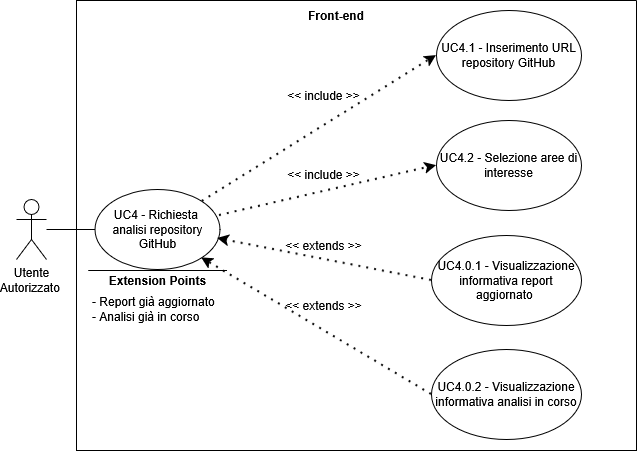
Above: assets/diagrams/UC4.png in SkarabGroup/DocumentazioneProgetto (draw.io), before the change. Source tidied: cells renumbered, new cells last; positions are measured from the earlier drawing's top-left corner, leaving out a move shared by most shapes.
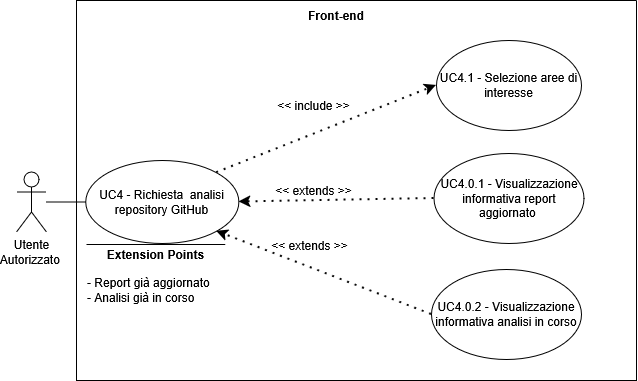
Above is the later version.

What changed in the source:
```diff
@@ -3,64 +3,55 @@
     <mxCell id="0" />
     <mxCell id="1" parent="0" />
     <mxCell id="2" value="&lt;div&gt;Utente&lt;/div&gt;&lt;div&gt;Autorizzato&amp;nbsp;&lt;/div&gt;" style="shape=umlActor;verticalLabelPosition=bottom;verticalAlign=top;html=1;outlineConnect=0;" parent="1" vertex="1">
-      <mxGeometry y="199" width="30" height="60" as="geometry" />
+      <mxGeometry y="171.5" width="30" height="60" as="geometry" />
     </mxCell>
     <mxCell id="3" style="swimlane;startSize=0;" parent="1" vertex="1">
-      <mxGeometry x="60" width="560" height="450" as="geometry" />
+      <mxGeometry x="60" width="560" height="380" as="geometry" />
     </mxCell>
     <mxCell id="4" value="UC4 - Richiesta&amp;nbsp; analisi repository GitHub" style="ellipse;whiteSpace=wrap;html=1;" parent="3" vertex="1">
-      <mxGeometry x="18.6" y="189" width="125" height="80" as="geometry" />
+      <mxGeometry x="9.4" y="160" width="153.1" height="83" as="geometry" />
     </mxCell>
-    <mxCell id="5" value="UC4.1 - Inserimento URL repository GitHub" style="ellipse;whiteSpace=wrap;html=1;" parent="3" vertex="1">
-      <mxGeometry x="360" y="10" width="145" height="90" as="geometry" />
-    </mxCell>
-    <mxCell id="6" style="endArrow=classic;dashed=1;html=1;dashPattern=1 3;strokeWidth=2;rounded=0;entryX=0;entryY=0.5;entryDx=0;entryDy=0;strokeColor=default;curved=0;endFill=1;endSize=6;" parent="3" edge="1" source="4" target="5">
-      <mxGeometry relative="1" as="geometry" />
-    </mxCell>
     <mxCell id="7" value="&amp;lt;&amp;lt; extends &amp;gt;&amp;gt;" style="text;html=1;whiteSpace=wrap;strokeColor=none;fillColor=none;align=center;verticalAlign=middle;rounded=0;" parent="3" vertex="1">
-      <mxGeometry x="200" y="230" width="95" height="30" as="geometry" />
+      <mxGeometry x="190" y="175" width="95" height="30" as="geometry" />
     </mxCell>
     <mxCell id="8" value="UC4.0.1 - Visualizzazione informativa report aggiornato&amp;nbsp;" style="ellipse;whiteSpace=wrap;html=1;" parent="3" vertex="1">
-      <mxGeometry x="355" y="235" width="150" height="90" as="geometry" />
+      <mxGeometry x="357.5" y="153" width="150" height="90" as="geometry" />
     </mxCell>
-    <mxCell id="9" style="endArrow=classic;dashed=1;html=1;dashPattern=1 3;strokeWidth=2;rounded=0;exitX=0;exitY=0.5;exitDx=0;exitDy=0;strokeColor=default;curved=0;endFill=1;endSize=6;entryX=0.979;entryY=0.613;entryDx=0;entryDy=0;entryPerimeter=0;" parent="3" edge="1" source="8" target="4">
+    <mxCell id="9" style="endArrow=classic;dashed=1;html=1;dashPattern=1 3;strokeWidth=2;rounded=0;exitX=0;exitY=0.5;exitDx=0;exitDy=0;strokeColor=default;curved=0;endFill=1;endSize=6;entryX=1;entryY=0.5;entryDx=0;entryDy=0;" parent="3" edge="1" source="8" target="4">
       <mxGeometry relative="1" as="geometry" />
     </mxCell>
     <mxCell id="10" value="&amp;lt;&amp;lt; extends &amp;gt;&amp;gt;" style="text;html=1;whiteSpace=wrap;strokeColor=none;fillColor=none;align=center;verticalAlign=middle;rounded=0;" parent="3" vertex="1">
-      <mxGeometry x="200" y="290" width="95" height="30" as="geometry" />
+      <mxGeometry x="186" y="230" width="95" height="30" as="geometry" />
     </mxCell>
     <mxCell id="11" value="UC4.0.2 - Visualizzazione informativa analisi in corso" style="ellipse;whiteSpace=wrap;html=1;" parent="3" vertex="1">
-      <mxGeometry x="355" y="349" width="150" height="90" as="geometry" />
+      <mxGeometry x="355" y="269" width="150" height="90" as="geometry" />
     </mxCell>
     <mxCell id="12" style="endArrow=classic;dashed=1;html=1;dashPattern=1 3;strokeWidth=2;rounded=0;entryX=1;entryY=1;entryDx=0;entryDy=0;strokeColor=default;curved=0;endFill=1;endSize=6;exitX=0;exitY=0.5;exitDx=0;exitDy=0;" parent="3" edge="1" source="11" target="4">
       <mxGeometry relative="1" as="geometry" />
     </mxCell>
-    <mxCell id="13" value="&amp;lt;&amp;lt; include &amp;gt;&amp;gt;" style="text;html=1;whiteSpace=wrap;strokeColor=none;fillColor=none;align=center;verticalAlign=middle;rounded=0;" parent="3" vertex="1">
-      <mxGeometry x="200" y="80" width="95" height="30" as="geometry" />
-    </mxCell>
     <mxCell id="14" value="Front-end" style="text;html=1;whiteSpace=wrap;strokeColor=none;fillColor=none;align=center;verticalAlign=middle;rounded=0;perimeterSpacing=1;fontStyle=1;" parent="3" vertex="1">
       <mxGeometry x="220" width="80" height="30" as="geometry" />
     </mxCell>
     <mxCell id="15" style="endArrow=none;html=1;rounded=0;" parent="3" edge="1">
       <mxGeometry relative="1" as="geometry">
-        <mxPoint x="150.5" y="270" as="sourcePoint" />
-        <mxPoint x="11.7" y="270" as="targetPoint" />
+        <mxPoint x="148.8" y="244" as="sourcePoint" />
+        <mxPoint x="10" y="244" as="targetPoint" />
       </mxGeometry>
     </mxCell>
     <mxCell id="16" value="&lt;b&gt;Extension Points&lt;/b&gt;" style="text;html=1;whiteSpace=wrap;strokeColor=none;fillColor=none;align=center;verticalAlign=middle;rounded=0;strokeWidth=5;" parent="3" vertex="1">
-      <mxGeometry x="23.6" y="265" width="115" height="30" as="geometry" />
+      <mxGeometry x="21.9" y="239" width="115" height="30" as="geometry" />
     </mxCell>
     <mxCell id="17" value="&lt;div&gt;- Report già aggiornato&lt;/div&gt;&lt;div&gt;- Analisi già in corso&lt;/div&gt;" style="text;html=1;whiteSpace=wrap;strokeColor=none;fillColor=none;align=left;verticalAlign=middle;rounded=0;" parent="3" vertex="1">
-      <mxGeometry x="13.7" y="269" width="140" height="80" as="geometry" />
+      <mxGeometry x="9.4" y="250" width="140" height="80" as="geometry" />
     </mxCell>
-    <mxCell id="18" value="UC4.2 - Selezione aree di interesse" style="ellipse;whiteSpace=wrap;html=1;" parent="3" vertex="1">
-      <mxGeometry x="360" y="120" width="145" height="90" as="geometry" />
+    <mxCell id="18" value="UC4.1 - Selezione aree di interesse" style="ellipse;whiteSpace=wrap;html=1;" parent="3" vertex="1">
+      <mxGeometry x="360" y="40" width="145" height="90" as="geometry" />
     </mxCell>
-    <mxCell id="19" style="endArrow=classic;dashed=1;html=1;dashPattern=1 3;strokeWidth=2;rounded=0;entryX=0;entryY=0.5;entryDx=0;entryDy=0;strokeColor=default;curved=0;endFill=1;endSize=6;exitX=0.995;exitY=0.325;exitDx=0;exitDy=0;exitPerimeter=0;" parent="3" edge="1" source="4" target="18">
+    <mxCell id="19" style="endArrow=classic;dashed=1;html=1;dashPattern=1 3;strokeWidth=2;rounded=0;entryX=0;entryY=0.5;entryDx=0;entryDy=0;strokeColor=default;curved=0;endFill=1;endSize=6;exitX=1;exitY=0;exitDx=0;exitDy=0;" parent="3" edge="1" source="4" target="18">
       <mxGeometry relative="1" as="geometry" />
     </mxCell>
     <mxCell id="20" value="&amp;lt;&amp;lt; include &amp;gt;&amp;gt;" style="text;html=1;whiteSpace=wrap;strokeColor=none;fillColor=none;align=center;verticalAlign=middle;rounded=0;" parent="3" vertex="1">
-      <mxGeometry x="200" y="159" width="95" height="30" as="geometry" />
+      <mxGeometry x="190" y="90" width="95" height="30" as="geometry" />
     </mxCell>
     <mxCell id="21" style="endArrow=none;html=1;rounded=0;entryX=0;entryY=0.5;entryDx=0;entryDy=0;" parent="1" edge="1" source="2" target="4">
       <mxGeometry relative="1" as="geometry" />
```
